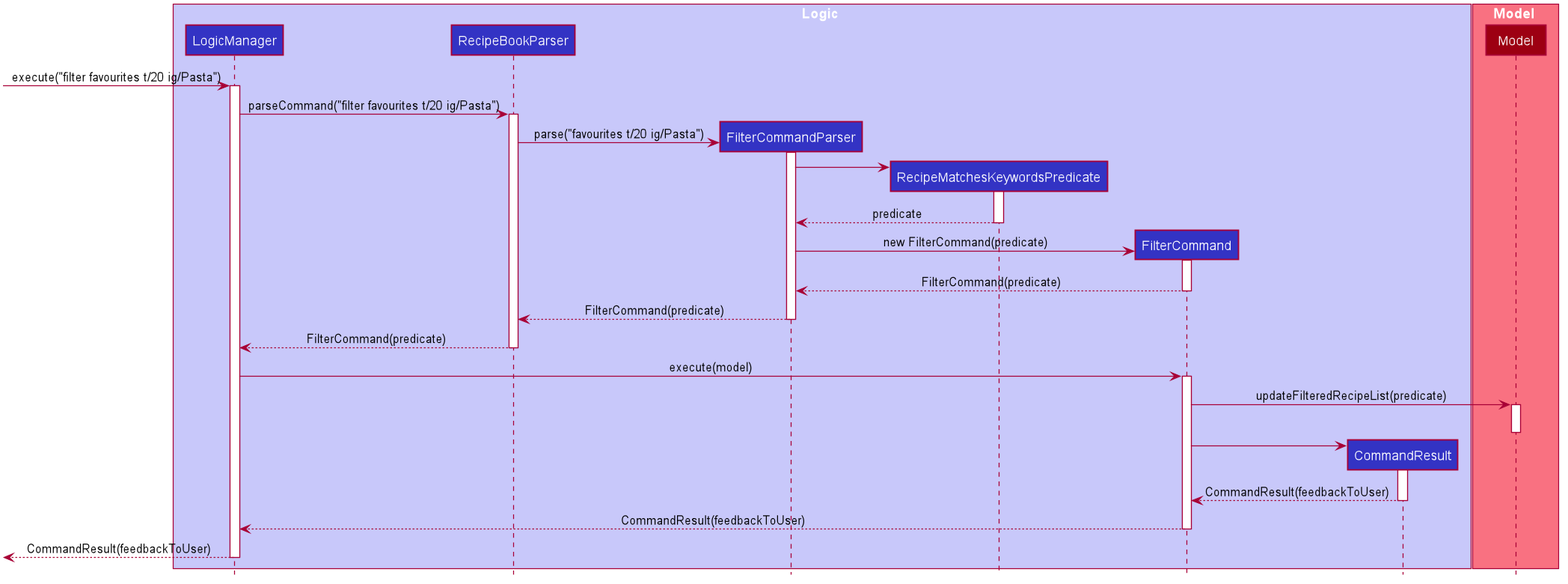
Before: docs/images/AdvancedFilterSequenceDiagram.png, a diagram exported from PlantUML (nus-cs2103-AY1920S2/addressbook-level3). Its diagram source:
```plantuml
@startuml








skinparam BackgroundColor #FFFFFFF

skinparam Shadowing false

skinparam Class {
    FontColor #FFFFFF
    BorderThickness 1
    BorderColor #FFFFFF
    StereotypeFontColor #FFFFFF
    FontName Arial
}

skinparam Actor {
    BorderColor #000000
    Color #000000
    FontName Arial
}

skinparam Sequence {
    MessageAlign center
    BoxFontSize 15
    BoxPadding 0
    BoxFontColor #FFFFFF
    FontName Arial
}

skinparam Participant {
    FontColor #FFFFFFF
    Padding 20
}

skinparam MinClassWidth 50
skinparam ParticipantPadding 10
skinparam Shadowing false
skinparam DefaultTextAlignment center
skinparam packageStyle Rectangle

hide footbox
hide members
hide circle

box Logic #C8C8FA
participant LogicManager #3333C4
participant RecipeBookParser #3333C4
participant FilterCommandParser #3333C4
participant RecipeMatchesKeywordsPredicate #3333C4
participant FilterCommand #3333C4
participant CommandResult #3333C4
end box

box Model #F97181
participant Model #9D0012
end box

-> LogicManager: execute("filter favourites t/20 ig/Pasta")
activate LogicManager

LogicManager -> RecipeBookParser: parseCommand("filter favourites t/20 ig/Pasta")
activate RecipeBookParser

create FilterCommandParser
RecipeBookParser -> FilterCommandParser: parse("favourites t/20 ig/Pasta")
activate FilterCommandParser

create RecipeMatchesKeywordsPredicate
FilterCommandParser -> RecipeMatchesKeywordsPredicate
activate RecipeMatchesKeywordsPredicate

RecipeMatchesKeywordsPredicate --> FilterCommandParser: predicate
deactivate RecipeMatchesKeywordsPredicate

create FilterCommand
FilterCommandParser -> FilterCommand: new FilterCommand(predicate)
activate FilterCommand

FilterCommand --> FilterCommandParser: FilterCommand(predicate)
deactivate FilterCommand

FilterCommandParser --> RecipeBookParser: FilterCommand(predicate)
deactivate FilterCommandParser

RecipeBookParser --> LogicManager: FilterCommand(predicate)
deactivate RecipeBookParser

LogicManager -> FilterCommand: execute(model)
activate FilterCommand

FilterCommand -> Model: updateFilteredRecipeList(predicate)
activate Model
deactivate Model

create CommandResult
FilterCommand -> CommandResult
activate CommandResult

CommandResult --> FilterCommand: CommandResult(feedbackToUser)
deactivate CommandResult

FilterCommand --> LogicManager: CommandResult(feedbackToUser)
deactivate FilterCommand

<-- LogicManager: CommandResult(feedbackToUser)
deactivate LogicManager

@enduml
```
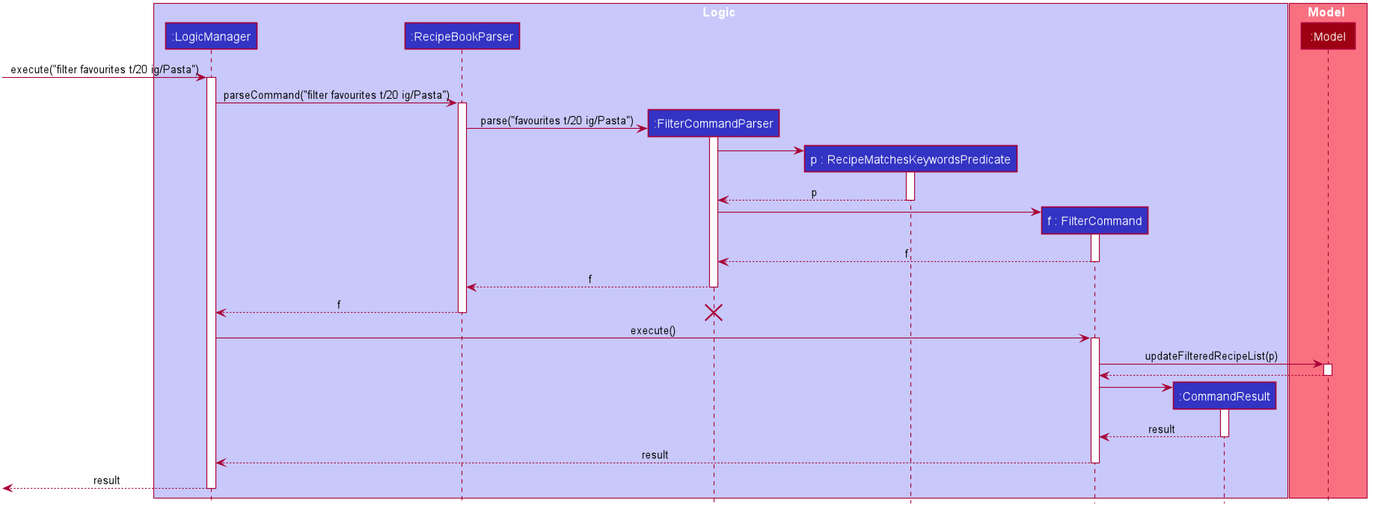
Above is the later version.

Diff of the diagram source:
```diff
@@ -49,16 +49,16 @@
 hide circle
 
 box Logic #C8C8FA
-participant LogicManager #3333C4
-participant RecipeBookParser #3333C4
-participant FilterCommandParser #3333C4
-participant RecipeMatchesKeywordsPredicate #3333C4
-participant FilterCommand #3333C4
-participant CommandResult #3333C4
+participant ":LogicManager" as LogicManager #3333C4
+participant ":RecipeBookParser" as RecipeBookParser #3333C4
+participant ":FilterCommandParser" as FilterCommandParser #3333C4
+participant "p : RecipeMatchesKeywordsPredicate" as RecipeMatchesKeywordsPredicate #3333C4
+participant "f : FilterCommand" as FilterCommand #3333C4
+participant ":CommandResult" as CommandResult #3333C4
 end box
 
 box Model #F97181
-participant Model #9D0012
+participant ":Model" as Model #9D0012
 end box
 
 -> LogicManager: execute("filter favourites t/20 ig/Pasta")
@@ -75,40 +75,43 @@
 FilterCommandParser -> RecipeMatchesKeywordsPredicate
 activate RecipeMatchesKeywordsPredicate
 
-RecipeMatchesKeywordsPredicate --> FilterCommandParser: predicate
+RecipeMatchesKeywordsPredicate --> FilterCommandParser: p
 deactivate RecipeMatchesKeywordsPredicate
 
 create FilterCommand
-FilterCommandParser -> FilterCommand: new FilterCommand(predicate)
+FilterCommandParser -> FilterCommand
 activate FilterCommand
 
-FilterCommand --> FilterCommandParser: FilterCommand(predicate)
+FilterCommand --> FilterCommandParser: f
 deactivate FilterCommand
 
-FilterCommandParser --> RecipeBookParser: FilterCommand(predicate)
+FilterCommandParser --> RecipeBookParser: f
 deactivate FilterCommandParser
 
-RecipeBookParser --> LogicManager: FilterCommand(predicate)
+RecipeBookParser --> LogicManager: f
 deactivate RecipeBookParser
+destroy FilterCommandParser
 
-LogicManager -> FilterCommand: execute(model)
+LogicManager -> FilterCommand: execute()
 activate FilterCommand
 
-FilterCommand -> Model: updateFilteredRecipeList(predicate)
+FilterCommand -> Model: updateFilteredRecipeList(p)
 activate Model
+
+Model --> FilterCommand
 deactivate Model
 
 create CommandResult
 FilterCommand -> CommandResult
 activate CommandResult
 
-CommandResult --> FilterCommand: CommandResult(feedbackToUser)
+CommandResult --> FilterCommand: result
 deactivate CommandResult
 
-FilterCommand --> LogicManager: CommandResult(feedbackToUser)
+FilterCommand --> LogicManager: result
 deactivate FilterCommand
 
-<-- LogicManager: CommandResult(feedbackToUser)
+<-- LogicManager: result
 deactivate LogicManager
 
 @enduml
```
